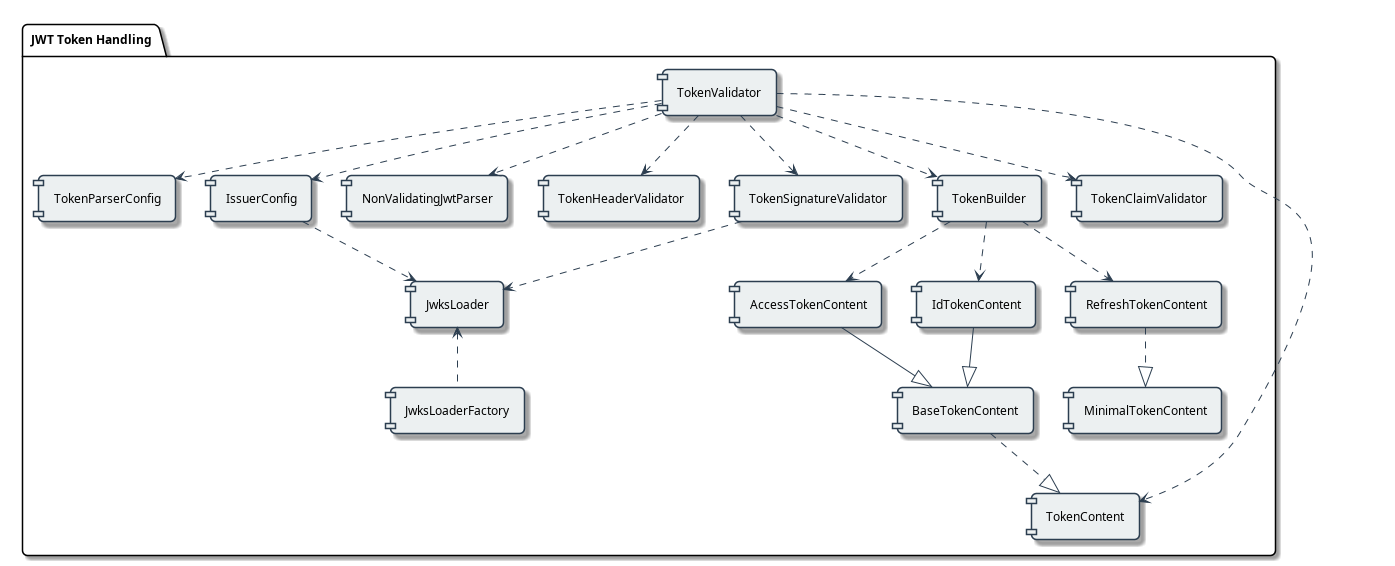
cuioss/cui-jwt-validation keeps this PlantUML diagram as doc/plantuml/component-overview.png. Above is the earlier version. Its source is kept beside it as doc/plantuml/component-overview.puml.
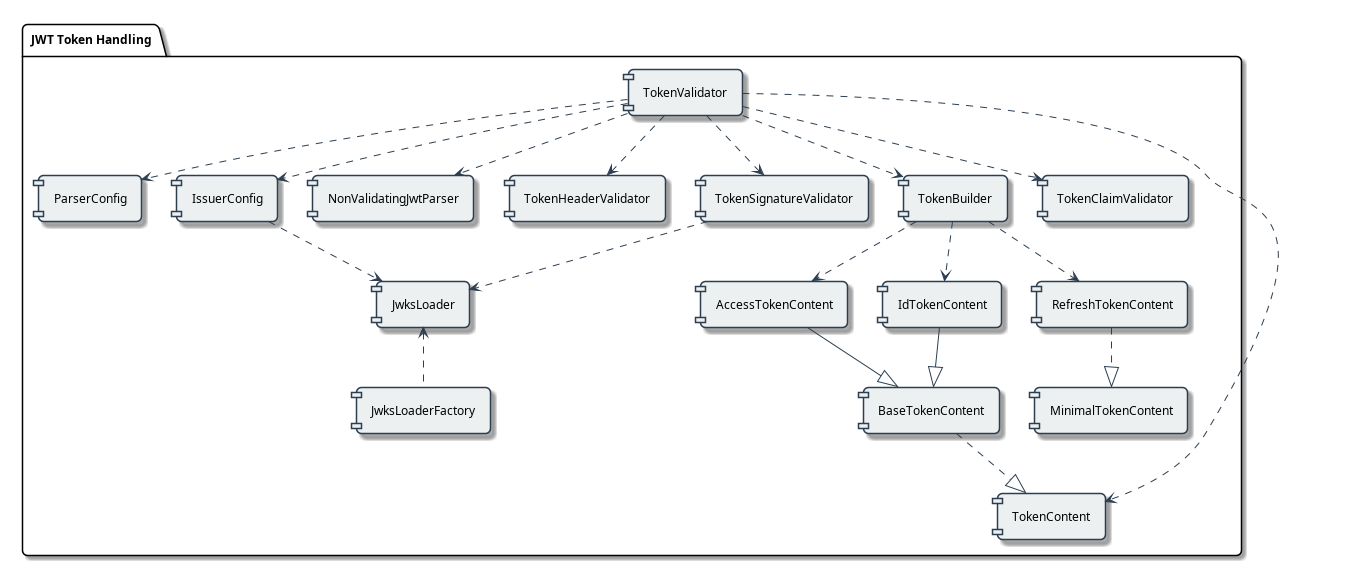
Above is the later version.

What changed in the source:
```diff
@@ -2,7 +2,7 @@
 !include plantuml.skin
 
 package "JWT Token Handling" {
-  [TokenValidator] ..> [TokenParserConfig]
+  [TokenValidator] ..> [ParserConfig]
   [TokenValidator] ..> [IssuerConfig]
   [TokenValidator] ..> [NonValidatingJwtParser]
   [TokenValidator] ..> [TokenHeaderValidator]
```
